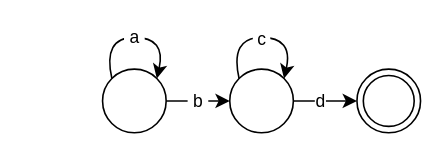
Before: evaluation/figures/ctl-as-monitor.drawio in andersfischernielsen/Finding-Resource-Manipulation-Bugs-with-Monitor-Automata-on-the-Example-of-the-Linux-Kernel, a draw.io diagram. Source tidied: cells renumbered, new cells numbered last; positions are measured from the earlier drawing's top-left corner, leaving out a move shared by most shapes. Both pictures are drawn from the tidied source at 159%, with x=0, y=0 at pixel (102, 37).
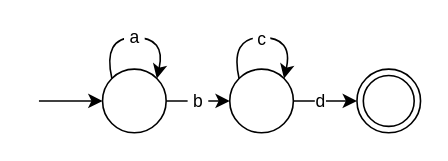
The same diagram, later.

Diff of the diagram source:
```diff
@@
 <mxGraphModel>
   <root>
     <mxCell id="0" />
     <mxCell id="1" parent="0" />
     <mxCell id="2" value="&amp;nbsp;b&amp;nbsp;" style="edgeStyle=none;curved=1;jettySize=auto;html=1;exitX=1;exitY=0.5;exitDx=0;exitDy=0;entryX=0;entryY=0.5;entryDx=0;entryDy=0;" parent="1" edge="1" source="3" target="7">
       <mxGeometry relative="1" as="geometry" />
     </mxCell>
     <mxCell id="3" style="ellipse;whiteSpace=wrap;html=1;" parent="1" vertex="1">
       <mxGeometry y="20" width="40" height="40" as="geometry" />
     </mxCell>
     <mxCell id="4" value="&amp;nbsp;a&amp;nbsp;" style="orthogonalLoop=1;jettySize=auto;html=1;exitX=0;exitY=0;exitDx=0;exitDy=0;entryX=1;entryY=0;entryDx=0;entryDy=0;curved=1;" parent="1" edge="1" source="3" target="3">
       <mxGeometry relative="1" as="geometry">
         <Array as="points">
           <mxPoint />
           <mxPoint x="40" />
         </Array>
       </mxGeometry>
     </mxCell>
     <mxCell id="5" style="edgeStyle=none;curved=1;jettySize=auto;html=1;exitX=1;exitY=0.5;exitDx=0;exitDy=0;entryX=0;entryY=0.5;entryDx=0;entryDy=0;" parent="1" edge="1" source="7" target="10">
       <mxGeometry relative="1" as="geometry" />
     </mxCell>
     <mxCell id="6" value="d" style="edgeLabel;html=1;align=center;verticalAlign=middle;" parent="5" vertex="1">
       <mxGeometry x="-0.19" y="1" relative="1" as="geometry" />
     </mxCell>
     <mxCell id="7" style="ellipse;whiteSpace=wrap;html=1;" parent="1" vertex="1">
       <mxGeometry x="80" y="20" width="40" height="40" as="geometry" />
     </mxCell>
     <mxCell id="8" style="edgeStyle=none;curved=1;orthogonalLoop=1;jettySize=auto;html=1;exitX=0;exitY=0;exitDx=0;exitDy=0;entryX=1;entryY=0;entryDx=0;entryDy=0;" parent="1" edge="1" source="7" target="7">
       <mxGeometry relative="1" as="geometry">
         <Array as="points">
           <mxPoint x="80" />
           <mxPoint x="120" />
         </Array>
       </mxGeometry>
     </mxCell>
     <mxCell id="9" value="&amp;nbsp;c&amp;nbsp;" style="edgeLabel;html=1;align=center;verticalAlign=middle;" parent="8" vertex="1">
       <mxGeometry x="-0.01" relative="1" as="geometry" />
     </mxCell>
     <mxCell id="10" style="ellipse;shape=doubleEllipse;whiteSpace=wrap;html=1;" parent="1" vertex="1">
       <mxGeometry x="160" y="20" width="40" height="40" as="geometry" />
     </mxCell>
+    <mxCell id="11" style="endArrow=classic;html=1;entryX=0;entryY=0.5;entryDx=0;entryDy=0;" parent="1" edge="1" target="3">
+      <mxGeometry relative="1" as="geometry">
+        <mxPoint x="-40" y="40" as="sourcePoint" />
+      </mxGeometry>
+    </mxCell>
   </root>
 </mxGraphModel>
```
